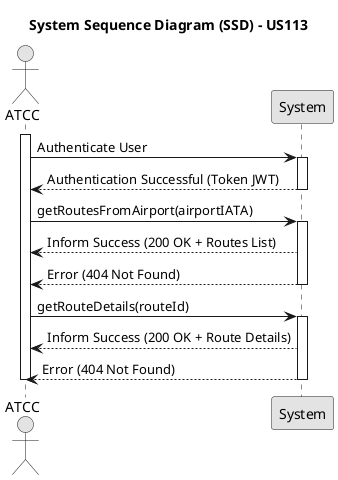
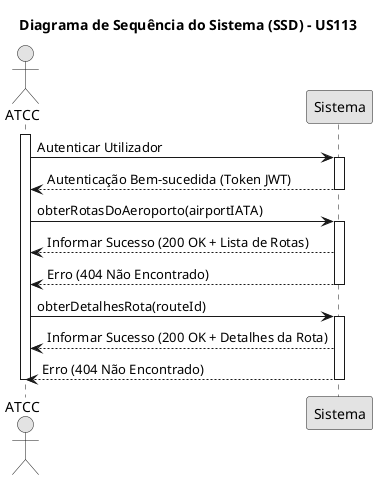
+ 
@startuml
skinparam monochrome true
skinparam shadowing false

- title System Sequence Diagram (SSD) - US113
+ title Diagrama de Sequência do Sistema (SSD) - US113

actor "ATCC" as User
- participant "System" as System
+ participant "Sistema" as System

activate User

- 
- User -> System : Authenticate User
+ User -> System : Autenticar Utilizador
activate System
- System --> User : Authentication Successful (Token JWT)
+ System --> User : Autenticação Bem-sucedida (Token JWT)
deactivate System

- 
- User -> System : getRoutesFromAirport(airportIATA)
+ User -> System : obterRotasDoAeroporto(airportIATA)
activate System

- System --> User : Inform Success (200 OK + Routes List)
+ System --> User : Informar Sucesso (200 OK + Lista de Rotas)

- System --> User : Error (404 Not Found)
+ System --> User : Erro (404 Não Encontrado)
deactivate System

- 
- User -> System : getRouteDetails(routeId)
+ User -> System : obterDetalhesRota(routeId)
activate System

- System --> User : Inform Success (200 OK + Route Details)
+ System --> User : Informar Sucesso (200 OK + Detalhes da Rota)

- System --> User : Error (404 Not Found)
+ System --> User : Erro (404 Não Encontrado)
deactivate System

deactivate User
@enduml